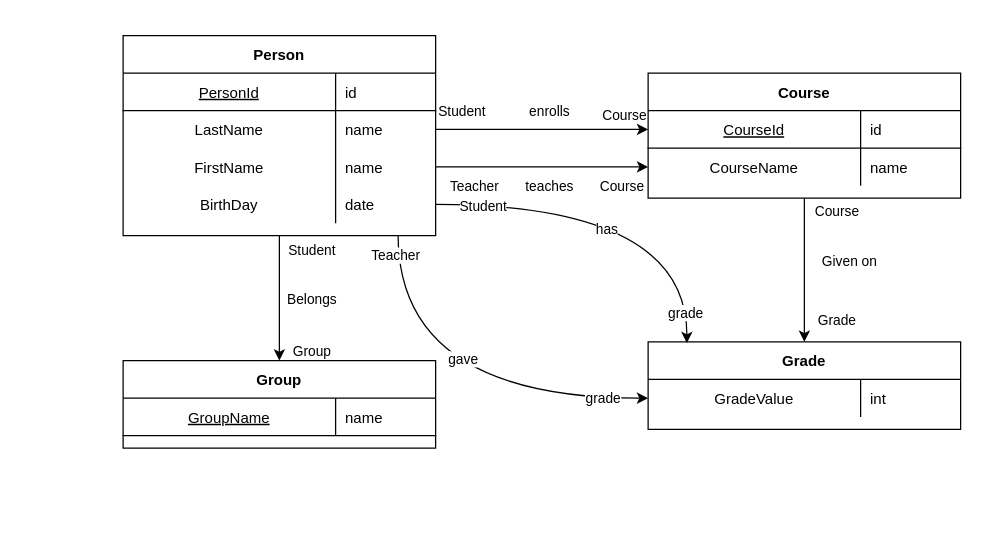
This is university_ERM.drawio from agatiks/generation, a draw.io file, before an edit. Source tidied: cells renumbered, new cells numbered last; positions are measured from the earlier drawing's top-left corner, leaving out a move shared by most shapes. Both pictures are drawn from the tidied source at 125%, with x=0, y=0 at pixel (122, 35).
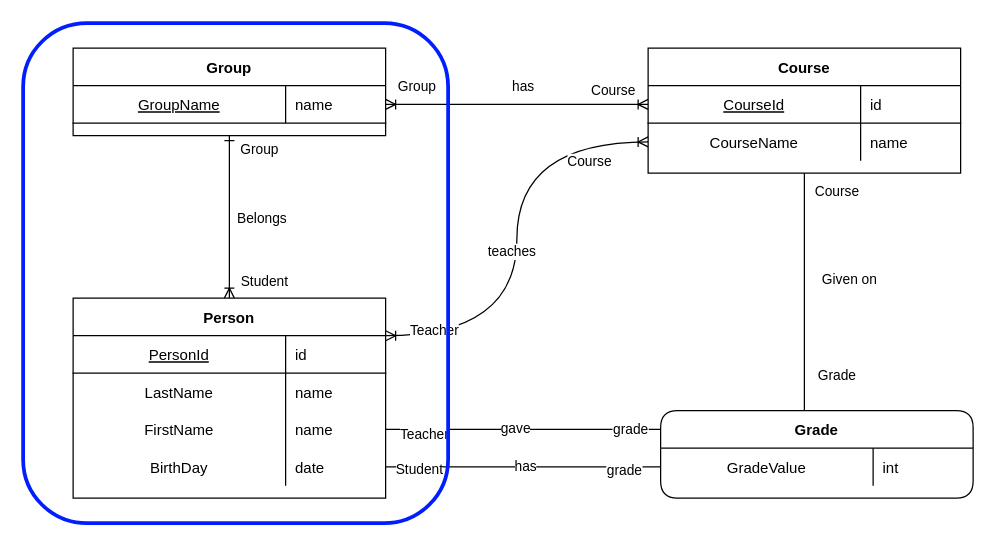
The same page after the edit.

Unchanged cells that the change refers to:
```xml
<mxCell id="10" style="shape=partialRectangle;fillColor=none;points=[[0,0.5],[1,0.5]];portConstraint=eastwest;top=0;left=0;right=0;bottom=0;" parent="6" vertex="1">
  <mxGeometry y="60" width="250" height="30" as="geometry" />
</mxCell>
<mxCell id="13" style="shape=partialRectangle;fillColor=none;points=[[0,0.5],[1,0.5]];portConstraint=eastwest;top=0;left=0;right=0;bottom=0;" parent="6" vertex="1">
  <mxGeometry y="90" width="250" height="30" as="geometry" />
</mxCell>
<mxCell id="16" style="shape=partialRectangle;fillColor=none;points=[[0,0.5],[1,0.5]];portConstraint=eastwest;top=0;left=0;right=0;bottom=0;" parent="6" vertex="1">
  <mxGeometry y="120" width="250" height="30" as="geometry" />
</mxCell>
<mxCell id="24" style="shape=partialRectangle;fillColor=none;points=[[0,0.5],[1,0.5]];portConstraint=eastwest;top=0;left=0;right=0;bottom=1;" parent="23" vertex="1">
  <mxGeometry y="30" width="250" height="30" as="geometry" />
</mxCell>
<mxCell id="27" style="shape=partialRectangle;fillColor=none;points=[[0,0.5],[1,0.5]];portConstraint=eastwest;top=0;left=0;right=0;bottom=0;" parent="23" vertex="1">
  <mxGeometry y="60" width="250" height="30" as="geometry" />
</mxCell>
<mxCell id="31" style="shape=partialRectangle;fillColor=none;points=[[0,0.5],[1,0.5]];portConstraint=eastwest;top=0;left=0;right=0;bottom=1;" parent="30" vertex="1">
  <mxGeometry y="30" width="250" height="30" as="geometry" />
</mxCell>
<mxCell id="43" style="shape=partialRectangle;fillColor=none;points=[[0,0.5],[1,0.5]];portConstraint=eastwest;top=0;left=0;right=0;bottom=0;" parent="42" vertex="1">
  <mxGeometry y="30" width="250" height="30" as="geometry" />
</mxCell>
```

The edit, as a diff of the source:
```diff
@@
-    <mxCell id="2" style="edgeStyle=orthogonalEdgeStyle;curved=1;rounded=0;jettySize=auto;html=1;exitX=0.5;exitY=1;exitDx=0;exitDy=0;" parent="1" edge="1" source="6" target="30">
+    <mxCell id="2" style="edgeStyle=orthogonalEdgeStyle;curved=1;rounded=0;jettySize=auto;html=1;startArrow=ERoneToMany;startFill=0;endArrow=ERone;endFill=0;" parent="1" edge="1" source="6" target="30">
       <mxGeometry relative="1" as="geometry" />
     </mxCell>
@@
     <mxCell id="6" value="Person" style="shape=table;startSize=30;childLayout=tableLayout;rowLines=0;fontStyle=1;align=center;" parent="1" vertex="1">
-      <mxGeometry width="250" height="160" as="geometry" />
+      <mxGeometry x="-40" y="210" width="250" height="160" as="geometry" />
     </mxCell>
@@
-    <mxCell id="19" style="edgeStyle=orthogonalEdgeStyle;curved=1;rounded=0;jettySize=auto;html=1;exitX=0.5;exitY=1;exitDx=0;exitDy=0;entryX=0.5;entryY=0;entryDx=0;entryDy=0;" parent="1" edge="1" source="23" target="42">
+    <mxCell id="19" style="edgeStyle=orthogonalEdgeStyle;curved=1;rounded=0;jettySize=auto;html=1;exitX=0.5;exitY=1;exitDx=0;exitDy=0;entryX=0.46;entryY=0;entryDx=0;entryDy=0;entryPerimeter=0;endArrow=none;endFill=0;" parent="1" edge="1" source="23" target="42">
       <mxGeometry relative="1" as="geometry" />
     </mxCell>
@@
     <mxCell id="23" value="Course" style="shape=table;startSize=30;childLayout=tableLayout;rowLines=0;fontStyle=1;align=center;" parent="1" vertex="1">
-      <mxGeometry x="420" y="30" width="250" height="100" as="geometry" />
+      <mxGeometry x="420" y="10" width="250" height="100" as="geometry" />
     </mxCell>
@@
     <mxCell id="30" value="Group" style="shape=table;startSize=30;childLayout=tableLayout;rowLines=0;fontStyle=1;align=center;" parent="1" vertex="1">
-      <mxGeometry y="260" width="250" height="70" as="geometry" />
+      <mxGeometry x="-40" y="10" width="250" height="70" as="geometry" />
     </mxCell>
@@
-    <mxCell id="34" style="edgeStyle=orthogonalEdgeStyle;rounded=0;jettySize=auto;html=1;exitX=1;exitY=0.5;exitDx=0;exitDy=0;" parent="1" edge="1" source="10" target="24">
+    <mxCell id="34" style="edgeStyle=orthogonalEdgeStyle;rounded=0;jettySize=auto;html=1;exitX=1;exitY=0.5;exitDx=0;exitDy=0;endArrow=ERoneToMany;endFill=0;curved=1;startArrow=ERoneToMany;startFill=0;" parent="1" edge="1" source="31" target="24">
       <mxGeometry relative="1" as="geometry" />
     </mxCell>
@@
-    <mxCell id="36" value="Student" style="edgeLabel;html=1;align=center;verticalAlign=middle;" parent="34" vertex="1">
+    <mxCell id="36" value="Group" style="edgeLabel;html=1;align=center;verticalAlign=middle;" parent="34" vertex="1">
       <mxGeometry x="-0.8" y="2" relative="1" as="geometry">
         <mxPoint x="3" y="-13" as="offset" />
       </mxGeometry>
     </mxCell>
-    <mxCell id="37" value="enrolls" style="edgeLabel;html=1;align=center;verticalAlign=middle;" parent="34" vertex="1">
+    <mxCell id="37" value="has" style="edgeLabel;html=1;align=center;verticalAlign=middle;" parent="34" vertex="1">
       <mxGeometry x="-0.07" y="-2" relative="1" as="geometry">
         <mxPoint x="11" y="-17" as="offset" />
       </mxGeometry>
     </mxCell>
-    <mxCell id="38" style="edgeStyle=orthogonalEdgeStyle;curved=1;rounded=0;jettySize=auto;html=1;exitX=1;exitY=0.5;exitDx=0;exitDy=0;" parent="1" edge="1" source="13" target="27">
+    <mxCell id="38" style="edgeStyle=orthogonalEdgeStyle;curved=1;rounded=0;jettySize=auto;html=1;exitX=1;exitY=0.188;exitDx=0;exitDy=0;exitPerimeter=0;endArrow=ERoneToMany;endFill=0;startArrow=ERoneToMany;startFill=0;" parent="1" edge="1" source="6" target="27">
       <mxGeometry relative="1" as="geometry" />
     </mxCell>
     <mxCell id="39" value="Teacher" style="edgeLabel;html=1;align=center;verticalAlign=middle;" parent="38" vertex="1">
       <mxGeometry x="-0.84" relative="1" as="geometry">
-        <mxPoint x="16" y="15" as="offset" />
+        <mxPoint x="10" y="-5" as="offset" />
       </mxGeometry>
     </mxCell>
     <mxCell id="40" value="teaches" style="edgeLabel;html=1;align=center;verticalAlign=middle;" parent="38" vertex="1">
       <mxGeometry x="-0.05" y="-5" relative="1" as="geometry">
-        <mxPoint x="9" y="10" as="offset" />
+        <mxPoint x="-10" as="offset" />
       </mxGeometry>
     </mxCell>
@@
-    <mxCell id="42" value="Grade" style="shape=table;startSize=30;childLayout=tableLayout;rowLines=0;fontStyle=1;align=center;" parent="1" vertex="1">
-      <mxGeometry x="420" y="245" width="250" height="70" as="geometry" />
+    <mxCell id="42" value="Grade" style="shape=table;startSize=30;childLayout=tableLayout;rowLines=0;fontStyle=1;align=center;rounded=1;" parent="1" vertex="1">
+      <mxGeometry x="430" y="300" width="250" height="70" as="geometry" />
     </mxCell>
@@
-    <mxCell id="46" style="edgeStyle=orthogonalEdgeStyle;curved=1;rounded=0;jettySize=auto;html=1;exitX=1;exitY=0.5;exitDx=0;exitDy=0;entryX=0.124;entryY=0.014;entryDx=0;entryDy=0;entryPerimeter=0;" parent="1" edge="1" source="16" target="42">
+    <mxCell id="46" style="edgeStyle=orthogonalEdgeStyle;curved=1;rounded=0;jettySize=auto;html=1;exitX=1;exitY=0.5;exitDx=0;exitDy=0;entryX=0;entryY=0.5;entryDx=0;entryDy=0;endArrow=none;endFill=0;" parent="1" edge="1" source="16" target="43">
       <mxGeometry relative="1" as="geometry" />
     </mxCell>
@@
+    <mxCell id="49" value="grade" style="edgeLabel;html=1;align=center;verticalAlign=middle;" parent="46" vertex="1">
+      <mxGeometry x="0.84" y="-2" relative="1" as="geometry">
+        <mxPoint x="-12" as="offset" />
+      </mxGeometry>
+    </mxCell>
     <mxCell id="48" value="has" style="edgeLabel;html=1;align=center;verticalAlign=middle;" parent="46" vertex="1">
-      <mxGeometry x="-0.13" y="-19" relative="1" as="geometry" />
+      <mxGeometry x="0.01" y="1" relative="1" as="geometry" />
     </mxCell>
-    <mxCell id="49" value="grade" style="edgeLabel;html=1;align=center;verticalAlign=middle;" parent="46" vertex="1">
-      <mxGeometry x="0.84" y="-2" relative="1" as="geometry" />
-    </mxCell>
-    <mxCell id="50" style="edgeStyle=orthogonalEdgeStyle;curved=1;rounded=0;jettySize=auto;html=1;" parent="1" edge="1" target="43">
+    <mxCell id="50" style="edgeStyle=orthogonalEdgeStyle;curved=1;rounded=0;jettySize=auto;html=1;endArrow=none;endFill=0;" parent="1" edge="1" source="13">
       <mxGeometry relative="1" as="geometry">
-        <mxPoint x="220" y="160" as="sourcePoint" />
+        <mxPoint x="430" y="315" as="targetPoint" />
       </mxGeometry>
     </mxCell>
     <mxCell id="51" value="Teacher" style="edgeLabel;html=1;align=center;verticalAlign=middle;" parent="50" vertex="1">
-      <mxGeometry x="-0.91" y="-3" relative="1" as="geometry" />
+      <mxGeometry x="-0.91" y="-3" relative="1" as="geometry">
+        <mxPoint x="20" as="offset" />
+      </mxGeometry>
     </mxCell>
+    <mxCell id="53" value="grade" style="edgeLabel;html=1;align=center;verticalAlign=middle;" parent="50" vertex="1">
+      <mxGeometry x="0.77" y="1" relative="1" as="geometry">
+        <mxPoint x="1" as="offset" />
+      </mxGeometry>
+    </mxCell>
     <mxCell id="52" value="gave" style="edgeLabel;html=1;align=center;verticalAlign=middle;" parent="50" vertex="1">
-      <mxGeometry x="0.09" y="32" relative="1" as="geometry">
-        <mxPoint x="1" as="offset" />
-      </mxGeometry>
+      <mxGeometry x="-0.07" y="2" relative="1" as="geometry" />
     </mxCell>
-    <mxCell id="53" value="grade" style="edgeLabel;html=1;align=center;verticalAlign=middle;" parent="50" vertex="1">
-      <mxGeometry x="0.77" y="1" relative="1" as="geometry">
-        <mxPoint x="1" as="offset" />
-      </mxGeometry>
-    </mxCell>
+    <mxCell id="54" style="rounded=1;whiteSpace=wrap;html=1;fillColor=none;strokeColor=#001eff;strokeWidth=3;" parent="1" vertex="1">
+      <mxGeometry x="-80" y="-10" width="340" height="400" as="geometry" />
+    </mxCell>
```
